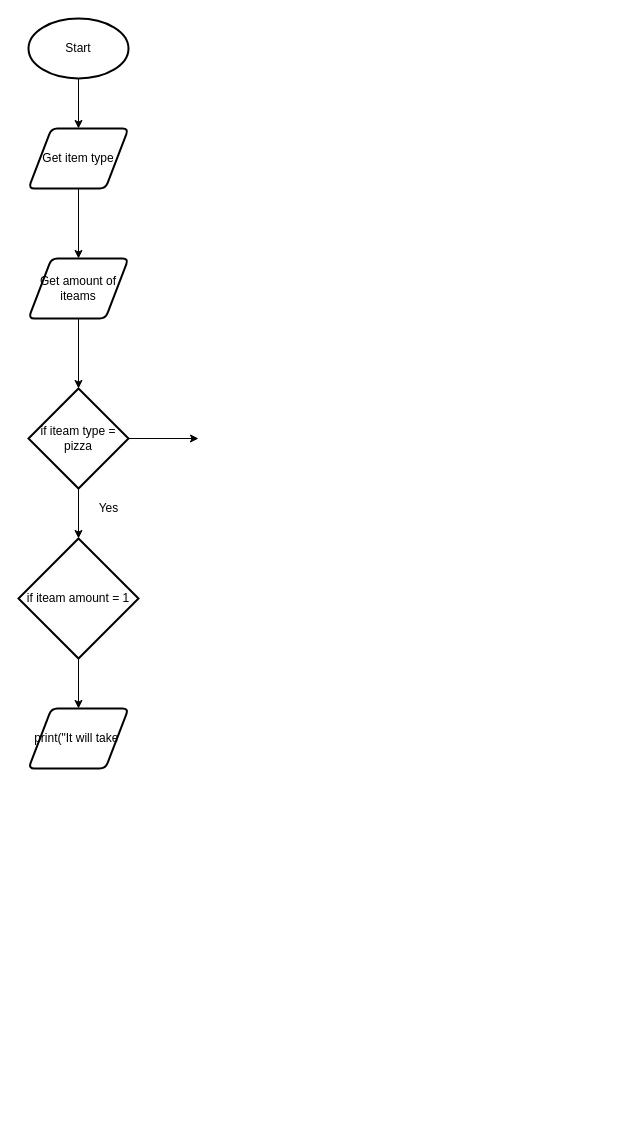
Above: flowchart_folder/flowchart.drawio in Huzaifa-Khalid-2/ics4u-unit1-03-typescript (draw.io), before the change. Source tidied: cells renumbered, new cells numbered last; positions are measured from the earlier drawing's top-left corner, leaving out a move shared by most shapes. Both pictures are drawn from the tidied source at 100%, with x=0, y=0 at pixel (18, 18).
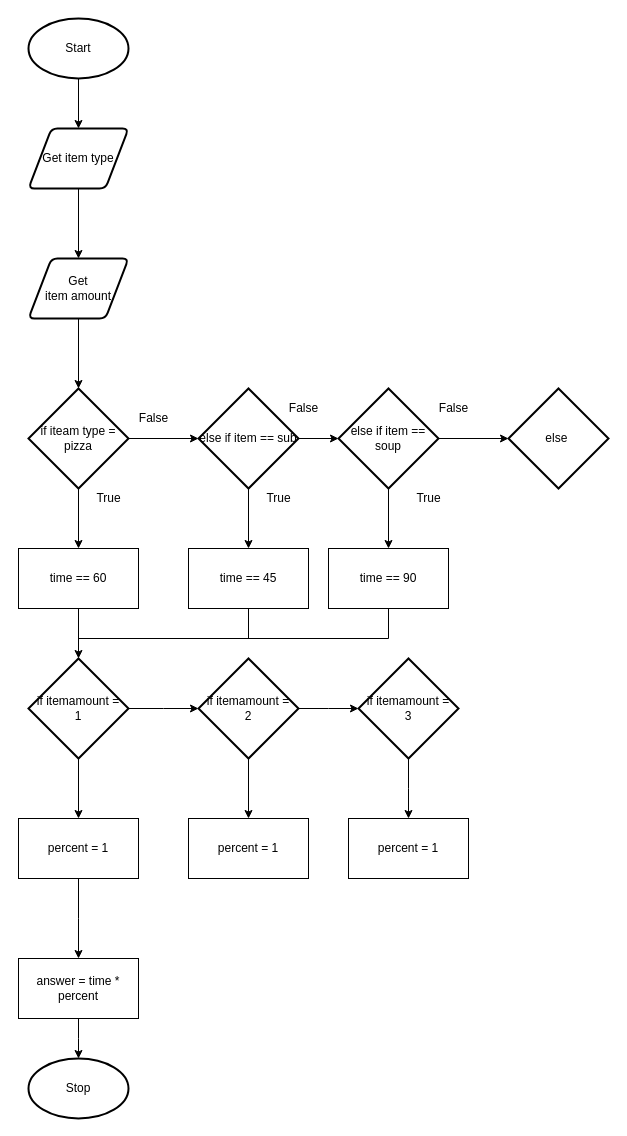
After the change.

Commit message (it also covers changes not shown here):
we_dsonezo_boiyoooo

Unchanged cells that the change refers to:
```xml
<mxCell id="10" value="if iteam type =&lt;br&gt;pizza" style="strokeWidth=2;html=1;shape=mxgraph.flowchart.decision;whiteSpace=wrap;" parent="1" vertex="1">
  <mxGeometry x="10" y="370" width="100" height="100" as="geometry" />
</mxCell>
```

Change to the diagram source:
```diff
@@
-    <mxCell id="7" value="Get amount of iteams" style="shape=parallelogram;html=1;strokeWidth=2;perimeter=parallelogramPerimeter;whiteSpace=wrap;rounded=1;arcSize=12;size=0.23;" parent="1" vertex="1">
+    <mxCell id="7" value="Get &lt;br&gt;item amount" style="shape=parallelogram;html=1;strokeWidth=2;perimeter=parallelogramPerimeter;whiteSpace=wrap;rounded=1;arcSize=12;size=0.23;" parent="1" vertex="1">
       <mxGeometry x="10" y="240" width="100" height="60" as="geometry" />
     </mxCell>
@@
-    <mxCell id="9" style="edgeStyle=none;html=1;entryX=0.5;entryY=0;entryDx=0;entryDy=0;entryPerimeter=0;" parent="1" edge="1" source="10" target="12">
-      <mxGeometry relative="1" as="geometry" />
-    </mxCell>
+    <mxCell id="15" style="edgeStyle=none;html=1;" parent="1" edge="1" source="10">
+      <mxGeometry relative="1" as="geometry">
+        <mxPoint x="60" y="530" as="targetPoint" />
+      </mxGeometry>
+    </mxCell>
@@
-    <mxCell id="11" style="edgeStyle=none;html=1;" parent="1" edge="1" source="12">
-      <mxGeometry relative="1" as="geometry">
-        <mxPoint x="60" y="690" as="targetPoint" />
-      </mxGeometry>
-    </mxCell>
+    <mxCell id="16" style="edgeStyle=none;html=1;exitX=0.5;exitY=1;exitDx=0;exitDy=0;exitPerimeter=0;entryX=0.5;entryY=0;entryDx=0;entryDy=0;" parent="1" edge="1" source="12" target="20">
+      <mxGeometry relative="1" as="geometry" />
+    </mxCell>
+    <mxCell id="17" style="edgeStyle=none;html=1;entryX=0;entryY=0.5;entryDx=0;entryDy=0;entryPerimeter=0;" parent="1" edge="1" source="12" target="23">
+      <mxGeometry relative="1" as="geometry" />
+    </mxCell>
-    <mxCell id="12" value="if iteam amount = 1" style="strokeWidth=2;html=1;shape=mxgraph.flowchart.decision;whiteSpace=wrap;" parent="1" vertex="1">
-      <mxGeometry y="520" width="120" height="120" as="geometry" />
+    <mxCell id="12" value="else if item == sub" style="strokeWidth=2;html=1;shape=mxgraph.flowchart.decision;whiteSpace=wrap;" parent="1" vertex="1">
+      <mxGeometry x="180" y="370" width="100" height="100" as="geometry" />
     </mxCell>
-    <mxCell id="13" value="Yes" style="text;html=1;align=center;verticalAlign=middle;strokeColor=none;fillColor=none;" parent="1" vertex="1">
-      <mxGeometry x="70" y="480" width="40" height="20" as="geometry" />
+    <mxCell id="13" value="True" style="text;html=1;align=center;verticalAlign=middle;strokeColor=none;fillColor=none;" parent="1" vertex="1">
+      <mxGeometry x="70" y="470" width="40" height="20" as="geometry" />
     </mxCell>
-    <mxCell id="14" value="print(&quot;It will take&amp;nbsp;" style="shape=parallelogram;html=1;strokeWidth=2;perimeter=parallelogramPerimeter;whiteSpace=wrap;rounded=1;arcSize=12;size=0.23;" parent="1" vertex="1">
-      <mxGeometry x="10" y="690" width="100" height="60" as="geometry" />
-    </mxCell>
+    <mxCell id="18" style="edgeStyle=none;html=1;" parent="1" edge="1" source="19">
+      <mxGeometry relative="1" as="geometry">
+        <mxPoint x="60" y="640" as="targetPoint" />
+      </mxGeometry>
+    </mxCell>
+    <mxCell id="19" value="time == 60" style="rounded=0;whiteSpace=wrap;html=1;" parent="1" vertex="1">
+      <mxGeometry y="530" width="120" height="60" as="geometry" />
+    </mxCell>
+    <mxCell id="20" value="time == 45" style="rounded=0;whiteSpace=wrap;html=1;" parent="1" vertex="1">
+      <mxGeometry x="170" y="530" width="120" height="60" as="geometry" />
+    </mxCell>
+    <mxCell id="21" style="edgeStyle=none;html=1;" parent="1" edge="1" source="23">
+      <mxGeometry relative="1" as="geometry">
+        <mxPoint x="370" y="530" as="targetPoint" />
+      </mxGeometry>
+    </mxCell>
+    <mxCell id="22" style="edgeStyle=none;html=1;entryX=0;entryY=0.5;entryDx=0;entryDy=0;entryPerimeter=0;" parent="1" edge="1" source="23" target="25">
+      <mxGeometry relative="1" as="geometry" />
+    </mxCell>
+    <mxCell id="23" value="else if item == soup" style="strokeWidth=2;html=1;shape=mxgraph.flowchart.decision;whiteSpace=wrap;" parent="1" vertex="1">
+      <mxGeometry x="320" y="370" width="100" height="100" as="geometry" />
+    </mxCell>
+    <mxCell id="24" value="time == 90" style="rounded=0;whiteSpace=wrap;html=1;" parent="1" vertex="1">
+      <mxGeometry x="310" y="530" width="120" height="60" as="geometry" />
+    </mxCell>
+    <mxCell id="25" value="else&amp;nbsp;" style="strokeWidth=2;html=1;shape=mxgraph.flowchart.decision;whiteSpace=wrap;" parent="1" vertex="1">
+      <mxGeometry x="490" y="370" width="100" height="100" as="geometry" />
+    </mxCell>
+    <mxCell id="26" style="edgeStyle=none;html=1;" parent="1" edge="1" source="28">
+      <mxGeometry relative="1" as="geometry">
+        <mxPoint x="60" y="800" as="targetPoint" />
+      </mxGeometry>
+    </mxCell>
+    <mxCell id="27" style="edgeStyle=elbowEdgeStyle;rounded=0;html=1;" parent="1" edge="1" source="28" target="33">
+      <mxGeometry relative="1" as="geometry" />
+    </mxCell>
+    <mxCell id="28" value="if itemamount =&lt;br&gt;1" style="strokeWidth=2;html=1;shape=mxgraph.flowchart.decision;whiteSpace=wrap;" parent="1" vertex="1">
+      <mxGeometry x="10" y="640" width="100" height="100" as="geometry" />
+    </mxCell>
+    <mxCell id="29" style="edgeStyle=elbowEdgeStyle;rounded=0;html=1;" parent="1" edge="1" source="30">
+      <mxGeometry relative="1" as="geometry">
+        <mxPoint x="60" y="940" as="targetPoint" />
+      </mxGeometry>
+    </mxCell>
+    <mxCell id="30" value="percent = 1" style="rounded=0;whiteSpace=wrap;html=1;" parent="1" vertex="1">
+      <mxGeometry y="800" width="120" height="60" as="geometry" />
+    </mxCell>
+    <mxCell id="31" style="edgeStyle=none;html=1;entryX=0.5;entryY=0;entryDx=0;entryDy=0;" parent="1" edge="1" source="33" target="34">
+      <mxGeometry relative="1" as="geometry" />
+    </mxCell>
+    <mxCell id="32" style="edgeStyle=elbowEdgeStyle;rounded=0;html=1;" parent="1" edge="1" source="33">
+      <mxGeometry relative="1" as="geometry">
+        <mxPoint x="340" y="690" as="targetPoint" />
+      </mxGeometry>
+    </mxCell>
+    <mxCell id="33" value="if itemamount =&lt;br&gt;2" style="strokeWidth=2;html=1;shape=mxgraph.flowchart.decision;whiteSpace=wrap;" parent="1" vertex="1">
+      <mxGeometry x="180" y="640" width="100" height="100" as="geometry" />
+    </mxCell>
+    <mxCell id="34" value="percent = 1" style="rounded=0;whiteSpace=wrap;html=1;" parent="1" vertex="1">
+      <mxGeometry x="170" y="800" width="120" height="60" as="geometry" />
+    </mxCell>
+    <mxCell id="35" style="endArrow=none;html=1;exitX=0.5;exitY=1;exitDx=0;exitDy=0;" parent="1" edge="1" source="20">
+      <mxGeometry relative="1" as="geometry">
+        <mxPoint x="230" y="620" as="targetPoint" />
+      </mxGeometry>
+    </mxCell>
+    <mxCell id="36" style="endArrow=none;html=1;exitX=0.5;exitY=1;exitDx=0;exitDy=0;edgeStyle=elbowEdgeStyle;rounded=0;" parent="1" edge="1" source="24">
+      <mxGeometry relative="1" as="geometry">
+        <mxPoint x="60" y="620" as="targetPoint" />
+        <Array as="points">
+          <mxPoint x="370" y="640" />
+        </Array>
+      </mxGeometry>
+    </mxCell>
+    <mxCell id="37" value="False" style="text;html=1;align=center;verticalAlign=middle;strokeColor=none;fillColor=none;" parent="1" vertex="1">
+      <mxGeometry x="410" y="380" width="50" height="20" as="geometry" />
+    </mxCell>
+    <mxCell id="38" value="False" style="text;html=1;align=center;verticalAlign=middle;strokeColor=none;fillColor=none;" parent="1" vertex="1">
+      <mxGeometry x="260" y="380" width="50" height="20" as="geometry" />
+    </mxCell>
+    <mxCell id="39" value="True" style="text;html=1;align=center;verticalAlign=middle;strokeColor=none;fillColor=none;" parent="1" vertex="1">
+      <mxGeometry x="240" y="470" width="40" height="20" as="geometry" />
+    </mxCell>
+    <mxCell id="40" value="False" style="text;html=1;align=center;verticalAlign=middle;strokeColor=none;fillColor=none;" parent="1" vertex="1">
+      <mxGeometry x="110" y="390" width="50" height="20" as="geometry" />
+    </mxCell>
+    <mxCell id="41" value="True" style="text;html=1;align=center;verticalAlign=middle;strokeColor=none;fillColor=none;" parent="1" vertex="1">
+      <mxGeometry x="390" y="470" width="40" height="20" as="geometry" />
+    </mxCell>
+    <mxCell id="42" style="edgeStyle=elbowEdgeStyle;rounded=0;html=1;entryX=0.5;entryY=0;entryDx=0;entryDy=0;" parent="1" edge="1" source="43" target="44">
+      <mxGeometry relative="1" as="geometry" />
+    </mxCell>
+    <mxCell id="43" value="if itemamount =&lt;br&gt;3" style="strokeWidth=2;html=1;shape=mxgraph.flowchart.decision;whiteSpace=wrap;" parent="1" vertex="1">
+      <mxGeometry x="340" y="640" width="100" height="100" as="geometry" />
+    </mxCell>
+    <mxCell id="44" value="percent = 1" style="rounded=0;whiteSpace=wrap;html=1;" parent="1" vertex="1">
+      <mxGeometry x="330" y="800" width="120" height="60" as="geometry" />
+    </mxCell>
+    <mxCell id="45" style="edgeStyle=elbowEdgeStyle;rounded=0;html=1;entryX=0.5;entryY=0;entryDx=0;entryDy=0;entryPerimeter=0;" parent="1" edge="1" source="46" target="47">
+      <mxGeometry relative="1" as="geometry" />
+    </mxCell>
+    <mxCell id="46" value="answer = time * percent" style="rounded=0;whiteSpace=wrap;html=1;" parent="1" vertex="1">
+      <mxGeometry y="940" width="120" height="60" as="geometry" />
+    </mxCell>
+    <mxCell id="47" value="Stop" style="strokeWidth=2;html=1;shape=mxgraph.flowchart.start_1;whiteSpace=wrap;" parent="1" vertex="1">
+      <mxGeometry x="10" y="1040" width="100" height="60" as="geometry" />
+    </mxCell>
```
